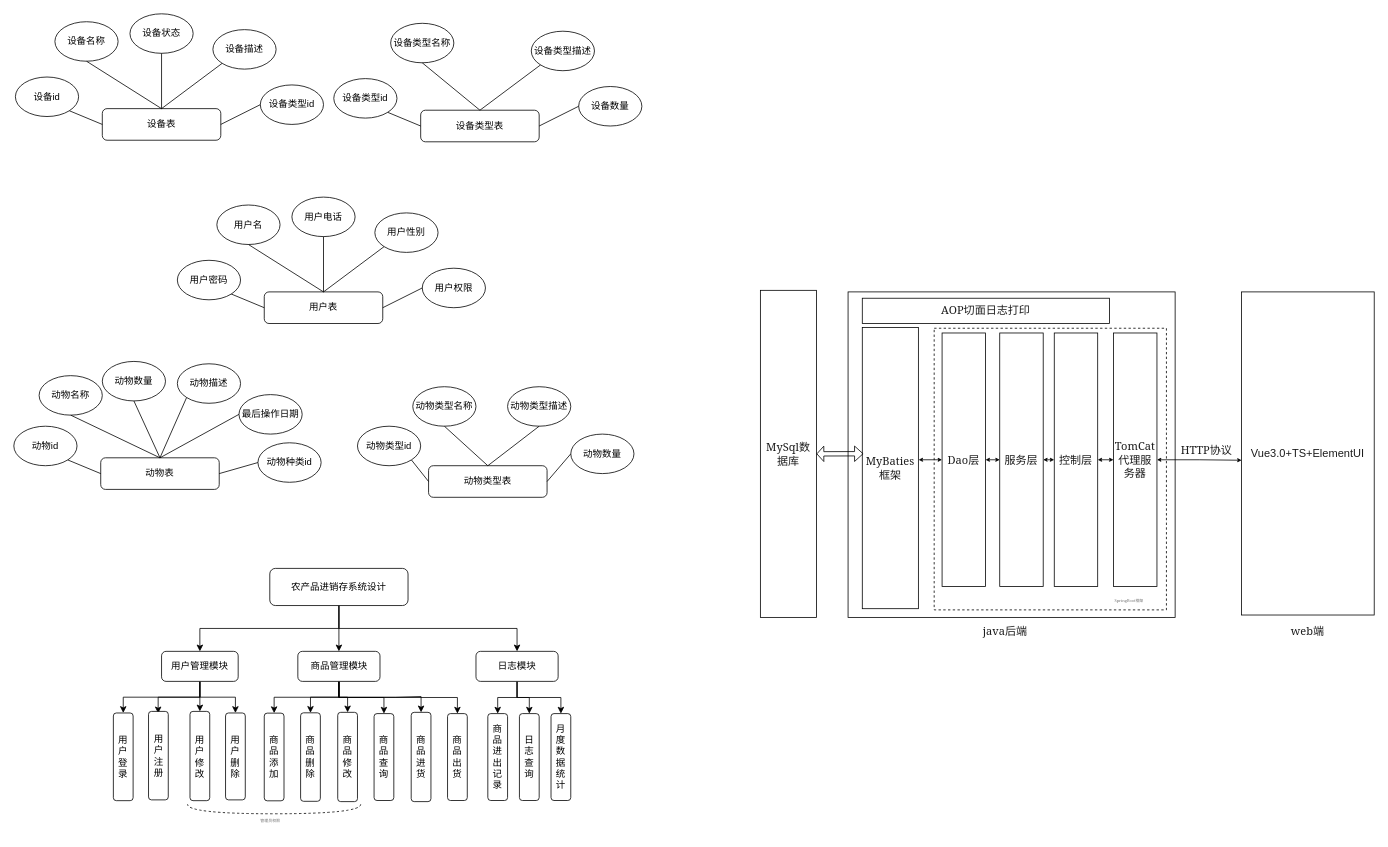
Earlier version of the draw.io diagram 养殖场管理系统.drawio (specychicken/drawIO2). Source tidied: cells renumbered, new cells numbered last; positions are measured from the earlier drawing's top-left corner, leaving out a move shared by most shapes. Both pictures are drawn from the tidied source at 79%, with x=0, y=0 at pixel (13, 13).
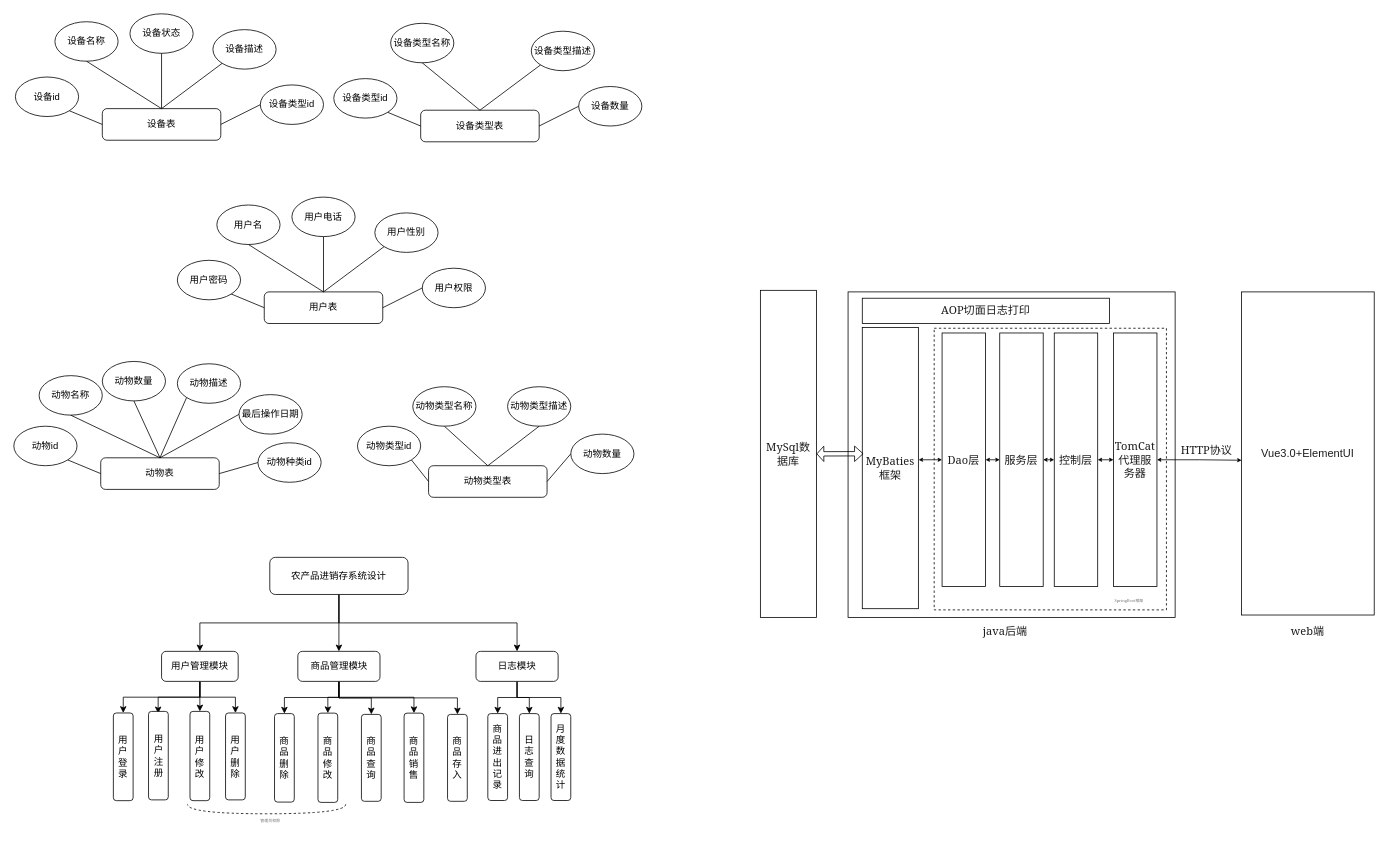
The same diagram, later.

Commit message:
更新养殖场管理系统.drawio

The change refers to these unchanged cells:
```xml
<mxCell id="70" value="商品管理模块" style="rounded=1;whiteSpace=wrap;html=1;" parent="1" vertex="1">
  <mxGeometry x="359.5" y="807" width="104" height="38" as="geometry" />
</mxCell>
```

The edit, as a diff of the source:
```diff
@@
-    <mxCell id="55" style="edgeStyle=orthogonalEdgeStyle;rounded=0;jettySize=auto;html=1;" parent="1" edge="1" source="58" target="70">
-      <mxGeometry relative="1" as="geometry" />
-    </mxCell>
@@
+    <mxCell id="55" style="edgeStyle=orthogonalEdgeStyle;rounded=0;jettySize=auto;html=1;exitX=0.5;exitY=1;exitDx=0;exitDy=0;entryX=0.5;entryY=0;entryDx=0;entryDy=0;" parent="1" edge="1" source="58" target="70">
+      <mxGeometry relative="1" as="geometry" />
+    </mxCell>
     <mxCell id="58" value="农产品进销存系统设计" style="rounded=1;whiteSpace=wrap;html=1;" parent="1" vertex="1">
-      <mxGeometry x="324" y="702" width="175" height="47" as="geometry" />
+      <mxGeometry x="324" y="688" width="175" height="47" as="geometry" />
     </mxCell>
@@
-    <mxCell id="64" style="edgeStyle=orthogonalEdgeStyle;rounded=0;jettySize=auto;html=1;exitX=0.5;exitY=1;exitDx=0;exitDy=0;entryX=0.5;entryY=0;entryDx=0;entryDy=0;" parent="1" edge="1" source="70" target="80">
-      <mxGeometry relative="1" as="geometry" />
-    </mxCell>
@@
     <mxCell id="79" value="商品删除" style="rounded=1;whiteSpace=wrap;html=1;" parent="1" vertex="1">
-      <mxGeometry x="363" y="884.8" width="25" height="112" as="geometry" />
+      <mxGeometry x="330" y="885.8" width="25" height="112" as="geometry" />
     </mxCell>
-    <mxCell id="80" value="商品添加" style="rounded=1;whiteSpace=wrap;html=1;" parent="1" vertex="1">
-      <mxGeometry x="317" y="885.2" width="25" height="111" as="geometry" />
-    </mxCell>
     <mxCell id="81" value="商品修改" style="rounded=1;whiteSpace=wrap;html=1;" parent="1" vertex="1">
-      <mxGeometry x="410" y="884.2" width="25" height="113" as="geometry" />
+      <mxGeometry x="385" y="885.2" width="25" height="113" as="geometry" />
     </mxCell>
     <mxCell id="82" value="商品查询" style="rounded=1;whiteSpace=wrap;html=1;" parent="1" vertex="1">
-      <mxGeometry x="456" y="885.8" width="25" height="110" as="geometry" />
+      <mxGeometry x="440" y="886.8" width="25" height="110" as="geometry" />
     </mxCell>
-    <mxCell id="83" value="商品进货" style="rounded=1;whiteSpace=wrap;html=1;" parent="1" vertex="1">
-      <mxGeometry x="503" y="884.2" width="25" height="113" as="geometry" />
+    <mxCell id="83" value="商品销售" style="rounded=1;whiteSpace=wrap;html=1;" parent="1" vertex="1">
+      <mxGeometry x="494" y="885.2" width="25" height="113" as="geometry" />
     </mxCell>
-    <mxCell id="84" value="商品出货" style="rounded=1;whiteSpace=wrap;html=1;" parent="1" vertex="1">
-      <mxGeometry x="549" y="885.8" width="25" height="110" as="geometry" />
+    <mxCell id="84" value="商品存入" style="rounded=1;whiteSpace=wrap;html=1;" parent="1" vertex="1">
+      <mxGeometry x="549" y="886.8" width="25" height="110" as="geometry" />
     </mxCell>
@@
     <mxCell id="88" style="shape=requiredInterface;html=1;verticalLabelPosition=bottom;sketch=0;rotation=90;dashed=1;" parent="1" vertex="1">
-      <mxGeometry x="323.5" y="897" width="12" height="219.2" as="geometry" />
+      <mxGeometry x="314" y="906.5" width="12" height="200.2" as="geometry" />
     </mxCell>
@@
-    <mxCell id="107" value="&lt;font face=&quot;Helvetica&quot;&gt;Vue3.0+TS+ElementUI&lt;/font&gt;" style="rounded=0;whiteSpace=wrap;html=1;glass=0;fontFamily=Georgia;fontSize=14;fontColor=#1C1C1C;" parent="1" vertex="1">
+    <mxCell id="107" value="&lt;font face=&quot;Helvetica&quot;&gt;Vue3.0+ElementUI&lt;/font&gt;" style="rounded=0;whiteSpace=wrap;html=1;glass=0;fontFamily=Georgia;fontSize=14;fontColor=#1C1C1C;" parent="1" vertex="1">
       <mxGeometry x="1554" y="352" width="168" height="409" as="geometry" />
     </mxCell>
```
